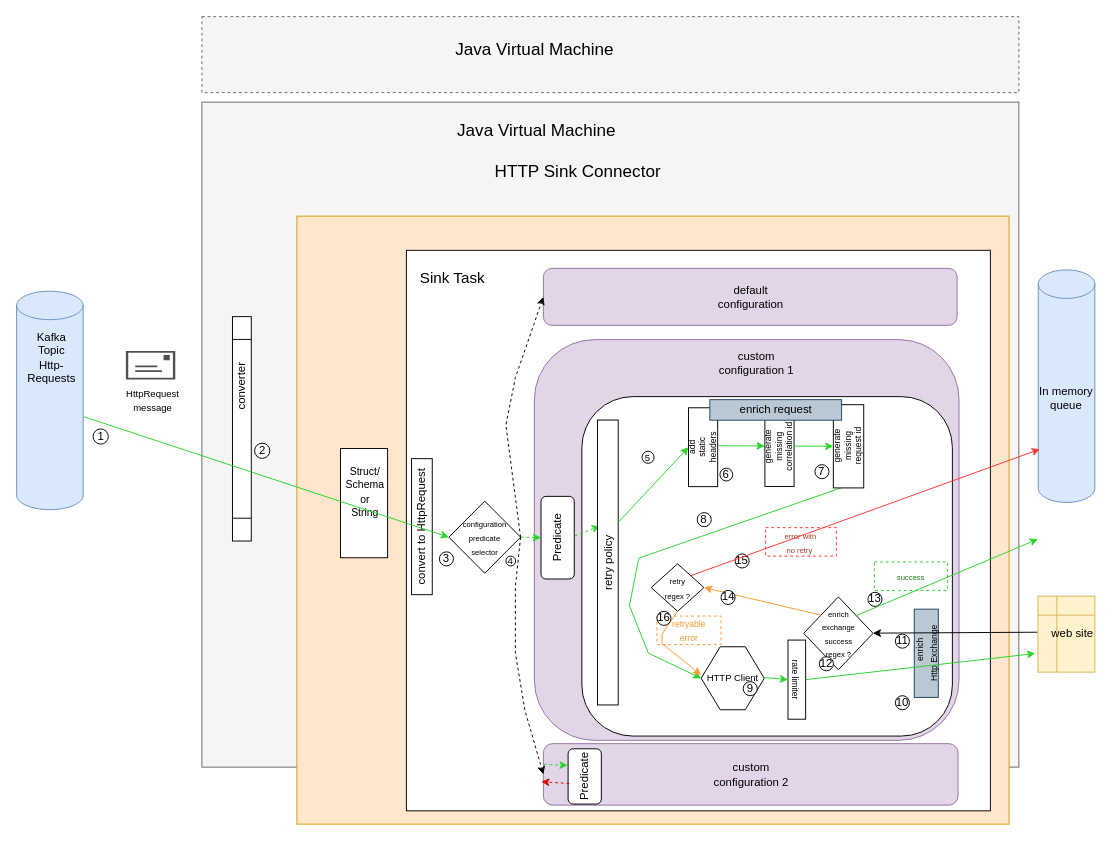
Earlier version of the draw.io diagram docs/http_sink_connector.drawio (clescot/kafka-connect-http). Source tidied: cells renumbered, new cells numbered last; positions are measured from the earlier drawing's top-left corner, leaving out a move shared by most shapes. Both pictures are drawn from the tidied source at 95%, with x=0, y=0 at pixel (16, 16).
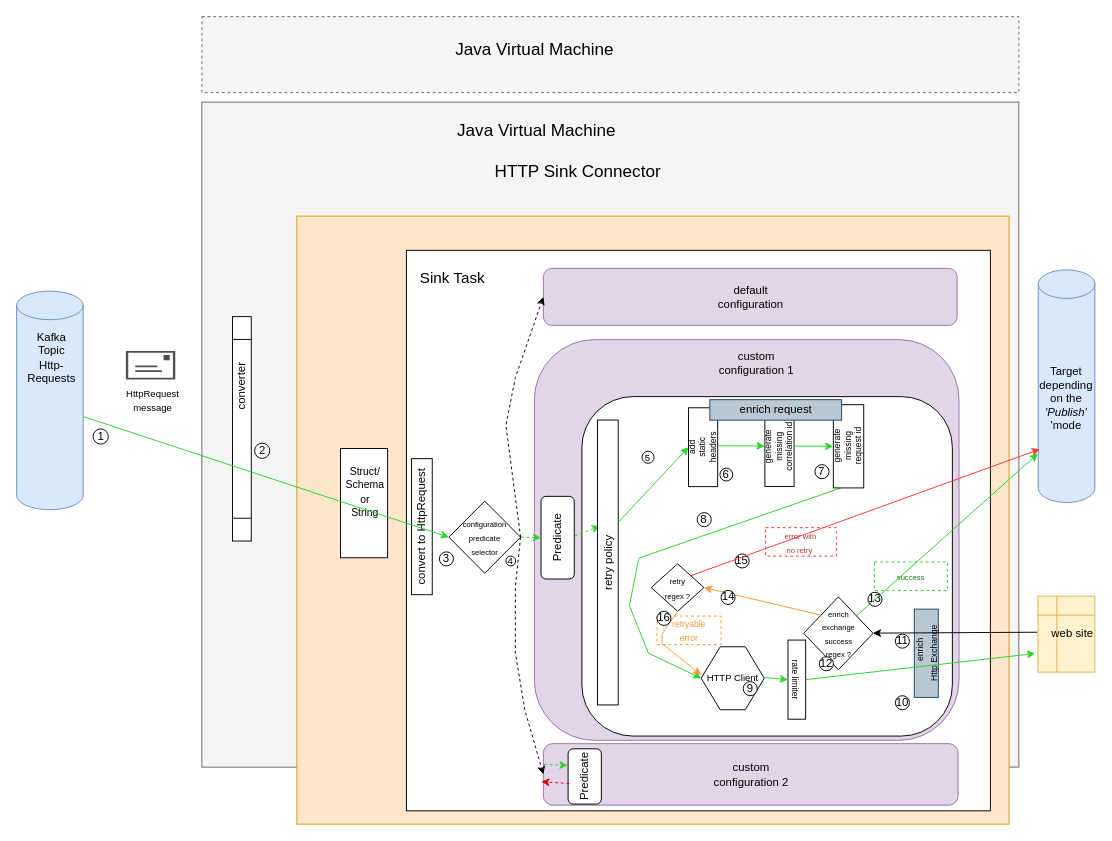
After the change.

The change refers to these unchanged cells:
```xml
<mxCell id="4" style="rounded=0;whiteSpace=wrap;html=1;fillColor=#ffe6cc;strokeColor=#d79b00;" parent="1" vertex="1">
  <mxGeometry x="295" y="210" width="749.7" height="640" as="geometry" />
</mxCell>
<mxCell id="19" value="&lt;font style=&quot;font-size: 8px;&quot;&gt;enrich&lt;br&gt;exchange&lt;br&gt;success&lt;br&gt;regex ?&lt;/font&gt;" style="rhombus;whiteSpace=wrap;html=1;" parent="4" vertex="1">
  <mxGeometry x="533.5" y="400.8" width="73" height="76.7" as="geometry" />
</mxCell>
```

What changed in the source:
```diff
@@
     <mxCell id="58" style="endArrow=classic;html=1;rounded=0;exitX=1;exitY=0;exitDx=0;exitDy=0;strokeColor=#2AD42A;" parent="4" edge="1" source="19">
       <mxGeometry relative="1" as="geometry">
-        <mxPoint x="780" y="340" as="targetPoint" />
+        <mxPoint x="780" y="250" as="targetPoint" />
         <Array as="points">
           <mxPoint x="590" y="420" />
         </Array>
       </mxGeometry>
     </mxCell>
@@
-    <mxCell id="71" value="In memory&lt;br&gt;queue" style="shape=cylinder3;whiteSpace=wrap;html=1;boundedLbl=1;backgroundOutline=1;size=15;fillColor=#dae8fc;strokeColor=#6c8ebf;" parent="1" vertex="1">
+    <mxCell id="71" value="Target&lt;br&gt;depending on the &lt;i&gt;'Publish'&lt;/i&gt; 'mode" style="shape=cylinder3;whiteSpace=wrap;html=1;boundedLbl=1;backgroundOutline=1;size=15;fillColor=#dae8fc;strokeColor=#6c8ebf;" parent="1" vertex="1">
       <mxGeometry x="1075.4" y="266.6" width="59.6" height="244.8" as="geometry" />
     </mxCell>
```
